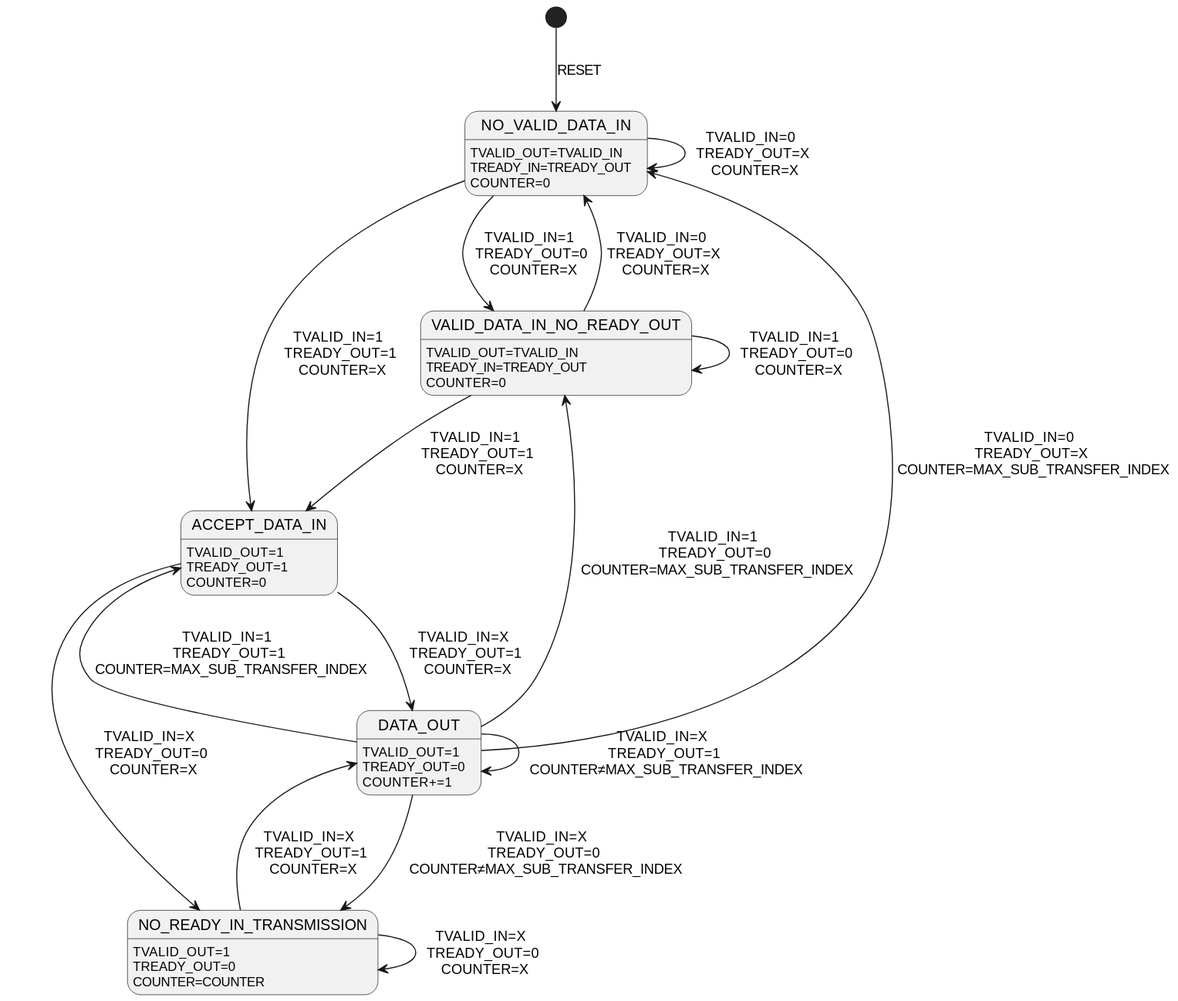
pulp-platform/axi_stream keeps this PlantUML diagram as docs/axi_stream_dw_downsizer.svg. Above is the earlier version.
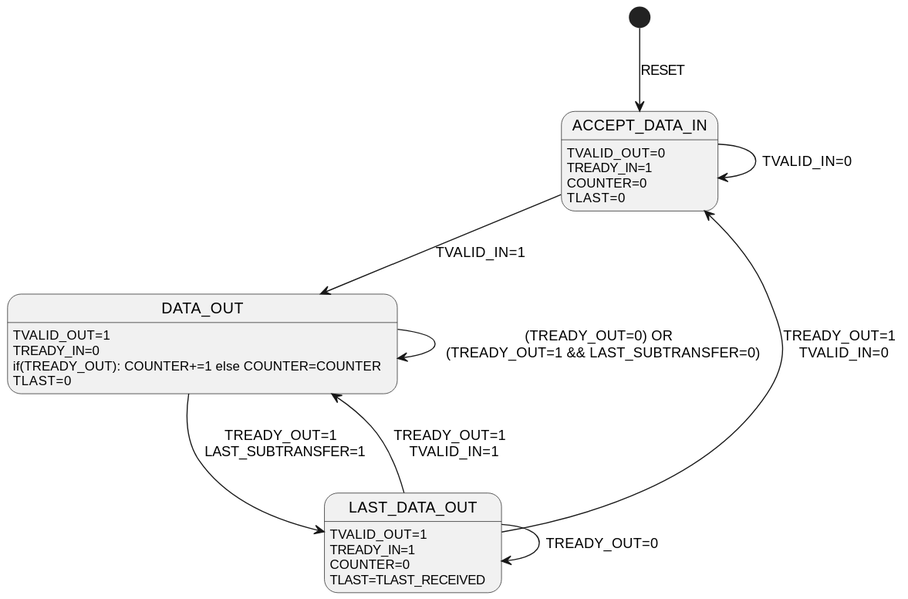
The same diagram one commit later.

Commit message:
AXI Stream DW Downsizer: No pass through

What changed in the source:
```diff
@@ -1,42 +1,28 @@
 @startuml
-[*] --> NO_VALID_DATA_IN : RESET
+[*] --> ACCEPT_DATA_IN : RESET
 
-NO_VALID_DATA_IN : TVALID_OUT=TVALID_IN
-NO_VALID_DATA_IN : TREADY_IN=TREADY_OUT
-NO_VALID_DATA_IN : COUNTER=0
-NO_VALID_DATA_IN --> NO_VALID_DATA_IN :           TVALID_IN=0 \n TREADY_OUT=X \n COUNTER=X
-NO_VALID_DATA_IN --> VALID_DATA_IN_NO_READY_OUT : TVALID_IN=1 \n TREADY_OUT=0 \n COUNTER=X
-NO_VALID_DATA_IN --> ACCEPT_DATA_IN :             TVALID_IN=1 \n TREADY_OUT=1 \n COUNTER=X
-
-
-VALID_DATA_IN_NO_READY_OUT : TVALID_OUT=TVALID_IN
-VALID_DATA_IN_NO_READY_OUT : TREADY_IN=TREADY_OUT
-VALID_DATA_IN_NO_READY_OUT : COUNTER=0
-VALID_DATA_IN_NO_READY_OUT --> VALID_DATA_IN_NO_READY_OUT : TVALID_IN=1 \n TREADY_OUT=0 \n COUNTER=X
-VALID_DATA_IN_NO_READY_OUT --> ACCEPT_DATA_IN :             TVALID_IN=1 \n TREADY_OUT=1 \n COUNTER=X
-VALID_DATA_IN_NO_READY_OUT --> NO_VALID_DATA_IN :           TVALID_IN=0 \n TREADY_OUT=X \n COUNTER=X
-
-
-ACCEPT_DATA_IN : TVALID_OUT=1
-ACCEPT_DATA_IN : TREADY_OUT=1
+ACCEPT_DATA_IN : TVALID_OUT=0
+ACCEPT_DATA_IN : TREADY_IN=1
 ACCEPT_DATA_IN : COUNTER=0
-ACCEPT_DATA_IN --> DATA_OUT :                   TVALID_IN=X \n TREADY_OUT=1 \n COUNTER=X
-ACCEPT_DATA_IN --> NO_READY_IN_TRANSMISSION :   TVALID_IN=X \n TREADY_OUT=0 \n COUNTER=X
-
-
-NO_READY_IN_TRANSMISSION : TVALID_OUT=1
-NO_READY_IN_TRANSMISSION : TREADY_OUT=0
-NO_READY_IN_TRANSMISSION : COUNTER=COUNTER
-NO_READY_IN_TRANSMISSION --> NO_READY_IN_TRANSMISSION : TVALID_IN=X \n TREADY_OUT=0 \n COUNTER=X
-NO_READY_IN_TRANSMISSION --> DATA_OUT :                 TVALID_IN=X \n TREADY_OUT=1 \n COUNTER=X
+ACCEPT_DATA_IN : TLAST=0
+ACCEPT_DATA_IN --> ACCEPT_DATA_IN : TVALID_IN=0
+ACCEPT_DATA_IN --> DATA_OUT       : TVALID_IN=1
 
 
 DATA_OUT : TVALID_OUT=1
-DATA_OUT : TREADY_OUT=0
-DATA_OUT : COUNTER+=1
-DATA_OUT --> DATA_OUT :                   TVALID_IN=X \n TREADY_OUT=1 \n COUNTER≠MAX_SUB_TRANSFER_INDEX
-DATA_OUT --> NO_READY_IN_TRANSMISSION :   TVALID_IN=X \n TREADY_OUT=0 \n COUNTER≠MAX_SUB_TRANSFER_INDEX
-DATA_OUT --> ACCEPT_DATA_IN :             TVALID_IN=1 \n TREADY_OUT=1 \n COUNTER=MAX_SUB_TRANSFER_INDEX
-DATA_OUT --> VALID_DATA_IN_NO_READY_OUT : TVALID_IN=1 \n TREADY_OUT=0 \n COUNTER=MAX_SUB_TRANSFER_INDEX
-DATA_OUT --> NO_VALID_DATA_IN :           TVALID_IN=0 \n TREADY_OUT=X \n COUNTER=MAX_SUB_TRANSFER_INDEX
+DATA_OUT : TREADY_IN=0
+DATA_OUT : if(TREADY_OUT): COUNTER+=1 else COUNTER=COUNTER
+DATA_OUT : TLAST=0
+DATA_OUT --> DATA_OUT      : (TREADY_OUT=0) OR \n (TREADY_OUT=1 && LAST_SUBTRANSFER=0)
+DATA_OUT --> LAST_DATA_OUT : TREADY_OUT=1 \n LAST_SUBTRANSFER=1
+
+
+
+LAST_DATA_OUT : TVALID_OUT=1
+LAST_DATA_OUT : TREADY_IN=1
+LAST_DATA_OUT : COUNTER=0
+LAST_DATA_OUT : TLAST=TLAST_RECEIVED
+LAST_DATA_OUT --> LAST_DATA_OUT  : TREADY_OUT=0
+LAST_DATA_OUT --> ACCEPT_DATA_IN : TREADY_OUT=1 \n TVALID_IN=0
+LAST_DATA_OUT --> DATA_OUT       : TREADY_OUT=1 \n TVALID_IN=1
 @enduml
```
